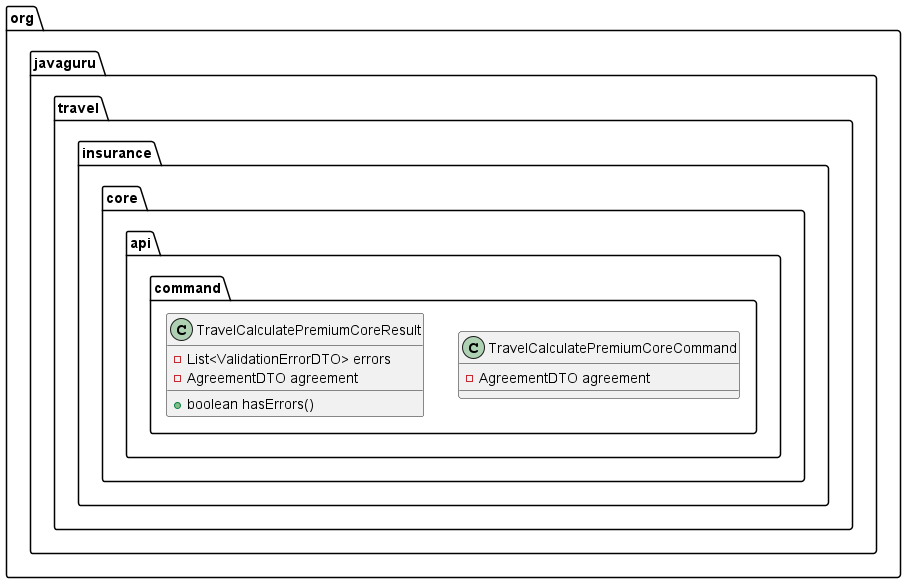
Earlier version of the PlantUML export teacher/step_160/src/main/java/diagram/command.png (javagurulv/java2_2024_spring).
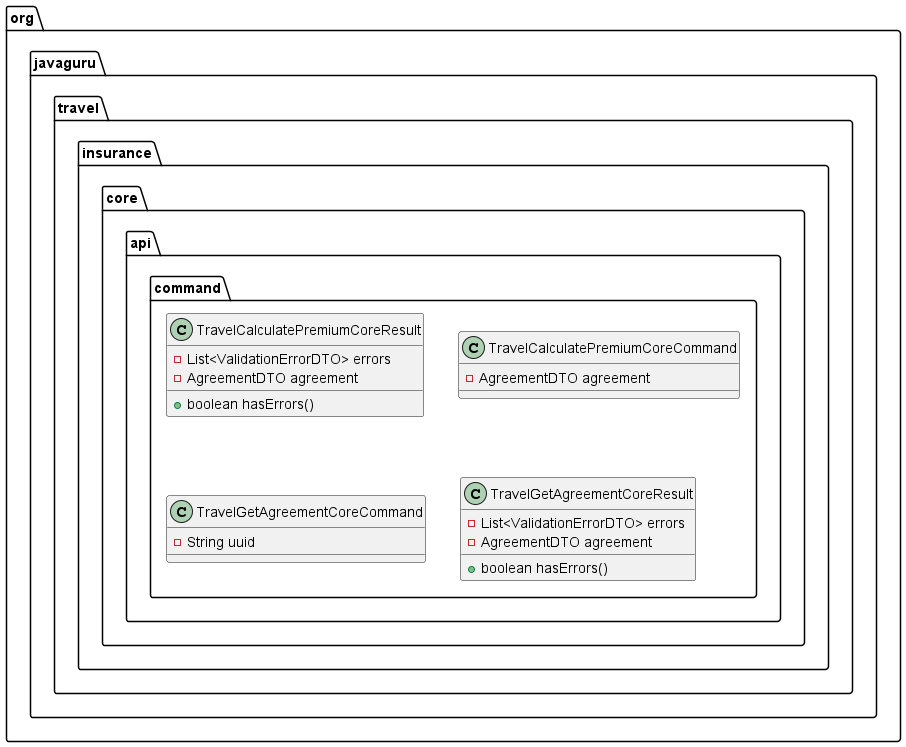
Later version of the same file.

Commit message:
step - 160 diagram

Diff of the diagram source:
```diff
@@ -1,8 +1,4 @@
 @startuml
-class org.javaguru.travel.insurance.core.api.command.TravelCalculatePremiumCoreCommand {
-- AgreementDTO agreement
-}
-
 class org.javaguru.travel.insurance.core.api.command.TravelCalculatePremiumCoreResult {
 - List<ValidationErrorDTO> errors
 - AgreementDTO agreement
@@ -10,4 +6,19 @@
 }
 
 
+class org.javaguru.travel.insurance.core.api.command.TravelCalculatePremiumCoreCommand {
+- AgreementDTO agreement
+}
+
+class org.javaguru.travel.insurance.core.api.command.TravelGetAgreementCoreCommand {
+- String uuid
+}
+
+class org.javaguru.travel.insurance.core.api.command.TravelGetAgreementCoreResult {
+- List<ValidationErrorDTO> errors
+- AgreementDTO agreement
++ boolean hasErrors()
+}
+
+
 @enduml
```
